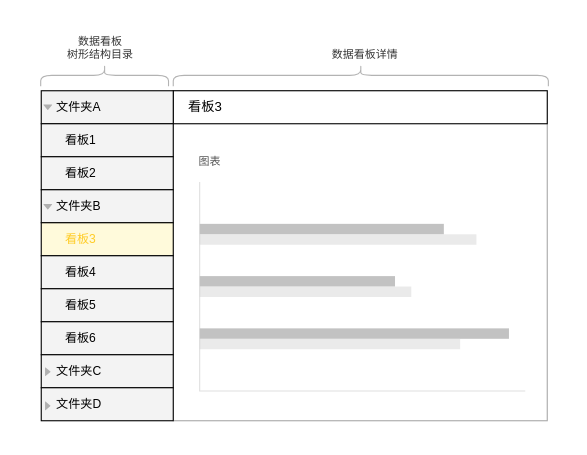
Above: bi看板.drawio in yangbe/diagrams (draw.io), before the change. Source tidied: cells renumbered, new cells numbered last; positions are measured from the earlier drawing's top-left corner, leaving out a move shared by most shapes. Both pictures are drawn from the tidied source at 110%, with x=0, y=0 at pixel (19, -112).
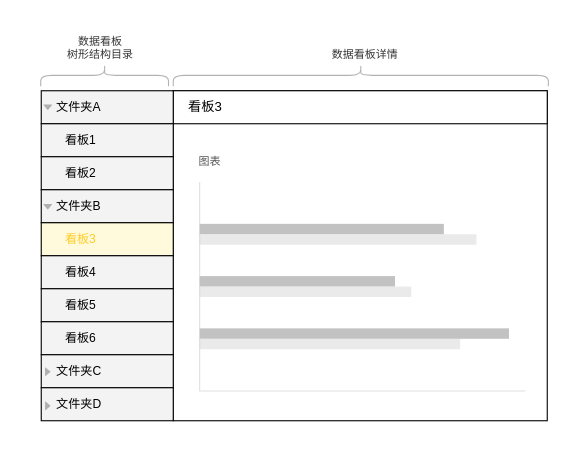
Above is the later version.

The change refers to these unchanged cells:
```xml
<mxCell id="2" style="group;" parent="1" vertex="1">
  <mxGeometry y="119" width="500" height="380" as="geometry" />
</mxCell>
```

Change to the diagram source:
```diff
@@
-    <mxCell id="4" style="whiteSpace=wrap;html=1;strokeColor=#A8A8A8;" parent="2" vertex="1">
+    <mxCell id="4" style="whiteSpace=wrap;html=1;strokeColor=#000000;" parent="2" vertex="1">
       <mxGeometry x="140" y="65" width="340" height="300" as="geometry" />
     </mxCell>
```
